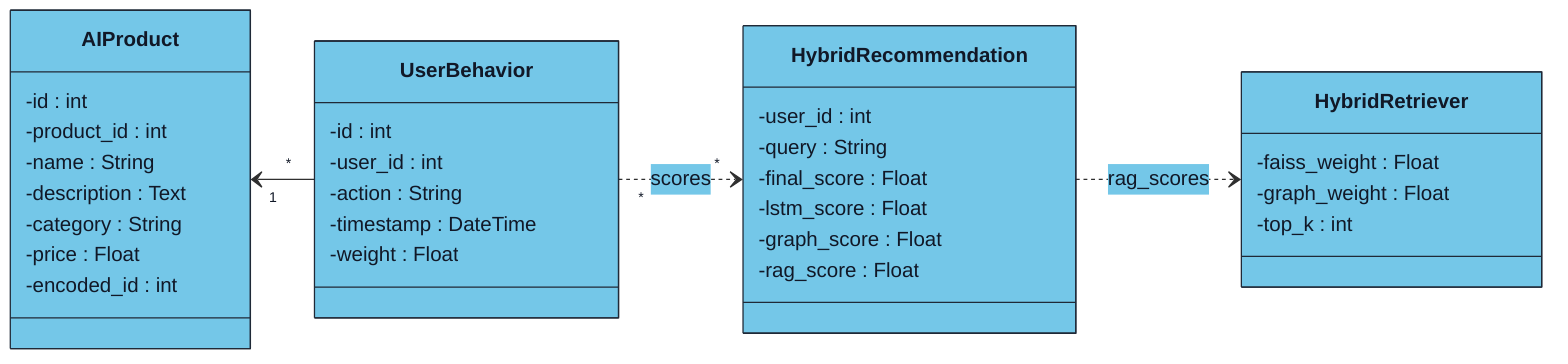
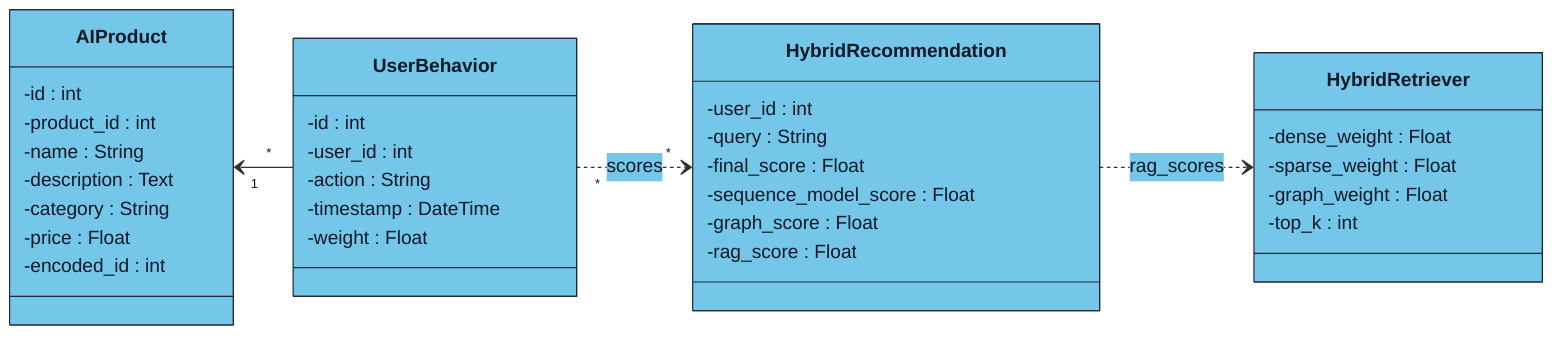
%%{init: {"theme": "base", "themeVariables": {"primaryColor": "#74c7e8", "primaryBorderColor": "#1f2937", "primaryTextColor": "#111827", "lineColor": "#2f2f2f", "fontFamily": "Arial"}}}%%
classDiagram
  direction LR
  class AIProduct {
    -id : int
    -product_id : int
    -name : String
    -description : Text
    -category : String
    -price : Float
    -encoded_id : int
  }
  class UserBehavior {
    -id : int
    -user_id : int
    -action : String
    -timestamp : DateTime
    -weight : Float
  }
  class HybridRecommendation {
    -user_id : int
    -query : String
    -final_score : Float
-     -lstm_score : Float
+     -sequence_model_score : Float
    -graph_score : Float
    -rag_score : Float
  }
  class HybridRetriever {
-     -faiss_weight : Float
+     -dense_weight : Float
+     -sparse_weight : Float
    -graph_weight : Float
    -top_k : int
  }
  AIProduct "1" <-- "*" UserBehavior
  UserBehavior "*" ..> "*" HybridRecommendation : scores
  HybridRecommendation ..> HybridRetriever : rag_scores
